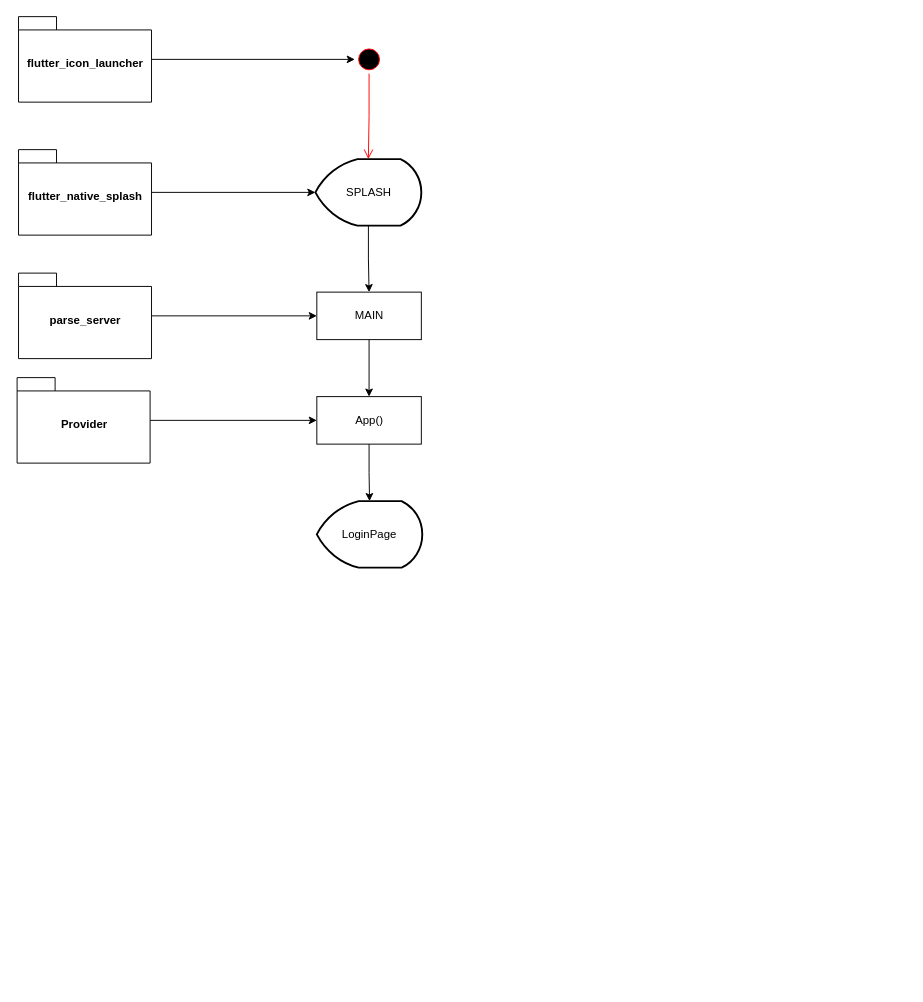
Before: diagrama.drawio in kimneto/i9t_, a draw.io diagram. Source tidied: cells renumbered, new cells numbered last; positions are measured from the earlier drawing's top-left corner, leaving out a move shared by most shapes. Both pictures are drawn from the tidied source at 95%, with x=0, y=0 at pixel (16, 16).
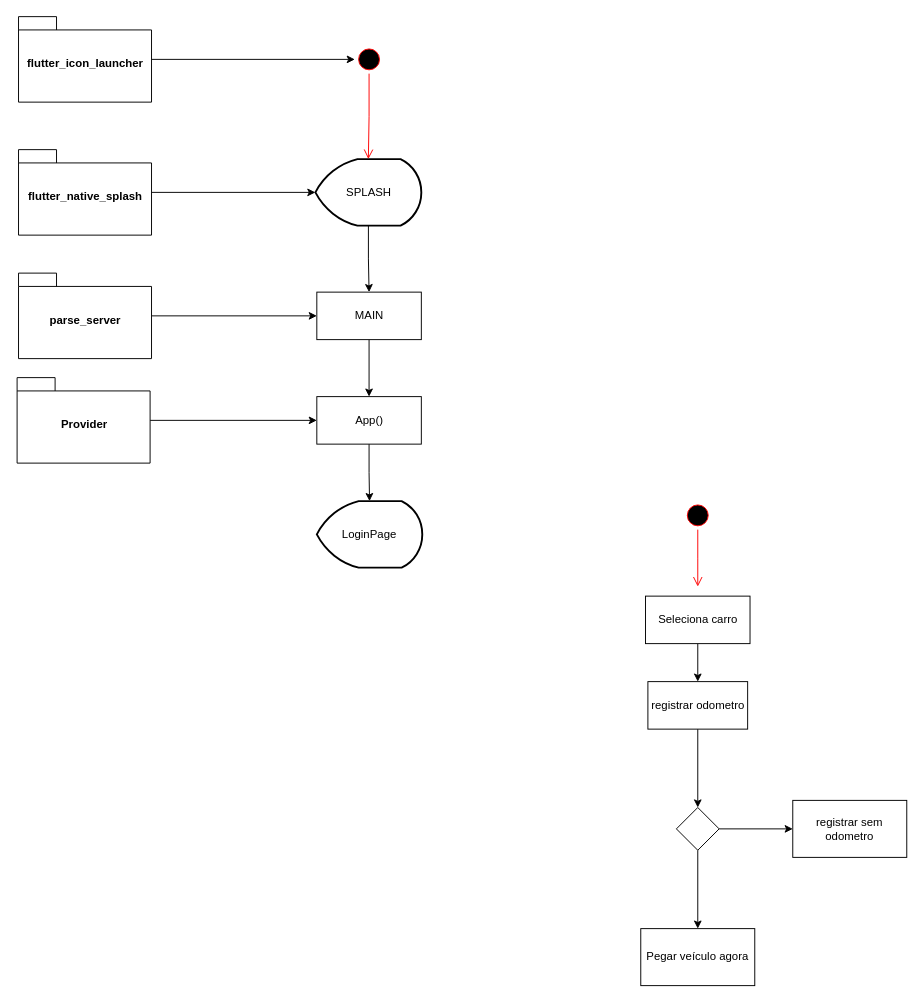
The same page after the edit.

Change to the diagram source:
```diff
@@
+    <mxCell id="19" style="ellipse;html=1;shape=startState;fillColor=#000000;strokeColor=#ff0000;" parent="1" vertex="1">
+      <mxGeometry x="702" y="510" width="30" height="30" as="geometry" />
+    </mxCell>
+    <mxCell id="20" style="edgeStyle=orthogonalEdgeStyle;html=1;verticalAlign=bottom;endArrow=open;endSize=8;strokeColor=#ff0000;rounded=0;" parent="1" edge="1" source="19">
+      <mxGeometry relative="1" as="geometry">
+        <mxPoint x="717" y="600" as="targetPoint" />
+      </mxGeometry>
+    </mxCell>
+    <mxCell id="21" style="edgeStyle=orthogonalEdgeStyle;rounded=0;jettySize=auto;html=1;" parent="1" edge="1" source="22" target="24">
+      <mxGeometry relative="1" as="geometry" />
+    </mxCell>
+    <mxCell id="22" value="Seleciona carro" style="html=1;" parent="1" vertex="1">
+      <mxGeometry x="662" y="610" width="110" height="50" as="geometry" />
+    </mxCell>
+    <mxCell id="23" style="edgeStyle=orthogonalEdgeStyle;rounded=0;jettySize=auto;html=1;" parent="1" edge="1" source="24" target="27">
+      <mxGeometry relative="1" as="geometry" />
+    </mxCell>
+    <mxCell id="24" value="registrar odometro&lt;br&gt;" style="whiteSpace=wrap;html=1;" parent="1" vertex="1">
+      <mxGeometry x="664.5" y="700" width="105" height="50" as="geometry" />
+    </mxCell>
+    <mxCell id="25" style="edgeStyle=orthogonalEdgeStyle;rounded=0;jettySize=auto;html=1;" parent="1" edge="1" source="27" target="28">
+      <mxGeometry relative="1" as="geometry" />
+    </mxCell>
+    <mxCell id="26" style="edgeStyle=orthogonalEdgeStyle;rounded=0;jettySize=auto;html=1;" parent="1" edge="1" source="27" target="29">
+      <mxGeometry relative="1" as="geometry" />
+    </mxCell>
+    <mxCell id="27" style="rhombus;whiteSpace=wrap;html=1;" parent="1" vertex="1">
+      <mxGeometry x="694.5" y="832.5" width="45" height="45" as="geometry" />
+    </mxCell>
+    <mxCell id="28" value="Pegar veículo agora" style="whiteSpace=wrap;html=1;" parent="1" vertex="1">
+      <mxGeometry x="657" y="960" width="120" height="60" as="geometry" />
+    </mxCell>
+    <mxCell id="29" value="registrar sem odometro" style="whiteSpace=wrap;html=1;" parent="1" vertex="1">
+      <mxGeometry x="817" y="825" width="120" height="60" as="geometry" />
+    </mxCell>
```
